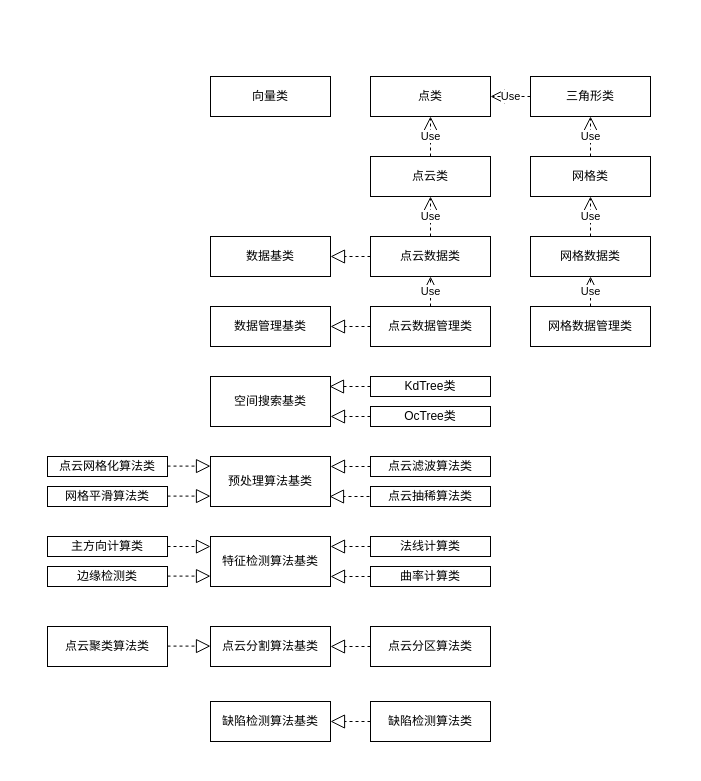
This is 测试2.drawio from xuxiaofeng6/UML, a draw.io file, before an edit. Source tidied: cells renumbered, new cells numbered last; positions are measured from the earlier drawing's top-left corner, leaving out a move shared by most shapes. Both pictures are drawn from the tidied source at 100%, with x=0, y=0 at pixel (47, 76).
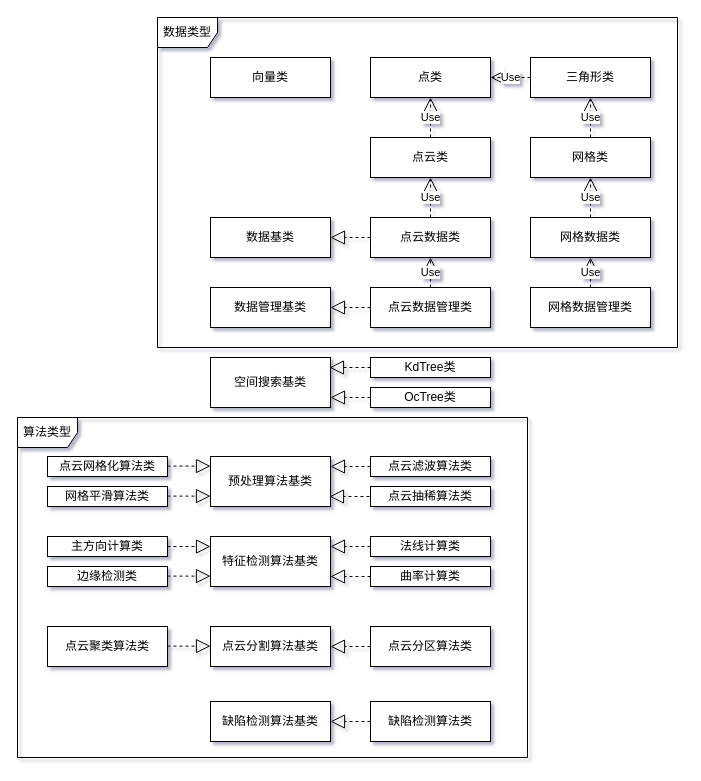
The same diagram, later.

The edit, as a diff of the source:
```diff
@@
-<mxGraphModel>
+<mxGraphModel shadow="1">
@@
     <mxCell id="2" value="点类" style="rounded=0;whiteSpace=wrap;html=1;" parent="1" vertex="1">
-      <mxGeometry x="323" width="120" height="40" as="geometry" />
+      <mxGeometry x="323" y="-19" width="120" height="40" as="geometry" />
     </mxCell>
     <mxCell id="3" value="点云类" style="rounded=0;whiteSpace=wrap;html=1;" parent="1" vertex="1">
-      <mxGeometry x="323" y="80" width="120" height="40" as="geometry" />
+      <mxGeometry x="323" y="61" width="120" height="40" as="geometry" />
     </mxCell>
     <mxCell id="4" value="点云数据管理类" style="rounded=0;whiteSpace=wrap;html=1;" parent="1" vertex="1">
-      <mxGeometry x="323" y="230" width="120" height="40" as="geometry" />
+      <mxGeometry x="323" y="211" width="120" height="40" as="geometry" />
     </mxCell>
     <mxCell id="5" value="网格类" style="rounded=0;whiteSpace=wrap;html=1;" parent="1" vertex="1">
-      <mxGeometry x="483" y="80" width="120" height="40" as="geometry" />
+      <mxGeometry x="483" y="61" width="120" height="40" as="geometry" />
     </mxCell>
     <mxCell id="6" value="三角形类" style="rounded=0;whiteSpace=wrap;html=1;" parent="1" vertex="1">
-      <mxGeometry x="483" width="120" height="40" as="geometry" />
+      <mxGeometry x="483" y="-19" width="120" height="40" as="geometry" />
     </mxCell>
     <mxCell id="7" value="网格数据管理类" style="rounded=0;whiteSpace=wrap;html=1;" parent="1" vertex="1">
-      <mxGeometry x="483" y="230" width="120" height="40" as="geometry" />
+      <mxGeometry x="483" y="211" width="120" height="40" as="geometry" />
     </mxCell>
     <mxCell id="8" value="数据管理基类" style="rounded=0;whiteSpace=wrap;html=1;" parent="1" vertex="1">
-      <mxGeometry x="163" y="230" width="120" height="40" as="geometry" />
+      <mxGeometry x="163" y="211" width="120" height="40" as="geometry" />
     </mxCell>
     <mxCell id="9" value="KdTree类" style="rounded=0;whiteSpace=wrap;html=1;" parent="1" vertex="1">
-      <mxGeometry x="323" y="300" width="120" height="20" as="geometry" />
+      <mxGeometry x="323" y="281" width="120" height="20" as="geometry" />
     </mxCell>
     <mxCell id="10" value="OcTree类" style="rounded=0;whiteSpace=wrap;html=1;" parent="1" vertex="1">
-      <mxGeometry x="323" y="330" width="120" height="20" as="geometry" />
+      <mxGeometry x="323" y="311" width="120" height="20" as="geometry" />
     </mxCell>
     <mxCell id="11" value="空间搜索基类" style="rounded=0;whiteSpace=wrap;html=1;" parent="1" vertex="1">
-      <mxGeometry x="163" y="300" width="120" height="50" as="geometry" />
+      <mxGeometry x="163" y="281" width="120" height="50" as="geometry" />
     </mxCell>
     <mxCell id="12" value="点云数据类" style="rounded=0;whiteSpace=wrap;html=1;" parent="1" vertex="1">
-      <mxGeometry x="323" y="160" width="120" height="40" as="geometry" />
+      <mxGeometry x="323" y="141" width="120" height="40" as="geometry" />
     </mxCell>
     <mxCell id="13" value="网格数据类" style="rounded=0;whiteSpace=wrap;html=1;" parent="1" vertex="1">
-      <mxGeometry x="483" y="160" width="120" height="40" as="geometry" />
+      <mxGeometry x="483" y="141" width="120" height="40" as="geometry" />
     </mxCell>
     <mxCell id="14" value="数据基类" style="rounded=0;whiteSpace=wrap;html=1;" parent="1" vertex="1">
-      <mxGeometry x="163" y="160" width="120" height="40" as="geometry" />
+      <mxGeometry x="163" y="141" width="120" height="40" as="geometry" />
     </mxCell>
@@
     <mxCell id="21" value="向量类" style="rounded=0;whiteSpace=wrap;html=1;" parent="1" vertex="1">
-      <mxGeometry x="163" width="120" height="40" as="geometry" />
+      <mxGeometry x="163" y="-19" width="120" height="40" as="geometry" />
     </mxCell>
@@
     <mxCell id="34" value="Use" style="endArrow=open;endSize=12;dashed=1;html=1;rounded=0;exitX=0.5;exitY=0;exitDx=0;exitDy=0;" parent="1" edge="1" source="12">
       <mxGeometry relative="1" as="geometry">
-        <mxPoint x="383" y="120" as="targetPoint" />
+        <mxPoint x="383" y="101" as="targetPoint" />
       </mxGeometry>
     </mxCell>
@@
     <mxCell id="37" value="Use" style="endArrow=open;endSize=12;dashed=1;html=1;rounded=0;exitX=0.5;exitY=0;exitDx=0;exitDy=0;" parent="1" edge="1" source="4">
       <mxGeometry relative="1" as="geometry">
-        <mxPoint x="383" y="200" as="targetPoint" />
+        <mxPoint x="383" y="181" as="targetPoint" />
       </mxGeometry>
     </mxCell>
@@
     <mxCell id="40" style="endArrow=block;dashed=1;endFill=0;endSize=12;html=1;rounded=0;exitX=0;exitY=0.5;exitDx=0;exitDy=0;" parent="1" edge="1" source="9">
       <mxGeometry relative="1" as="geometry">
-        <mxPoint x="282" y="310" as="targetPoint" />
+        <mxPoint x="282" y="291" as="targetPoint" />
       </mxGeometry>
     </mxCell>
@@
     <mxCell id="45" style="endArrow=block;dashed=1;endFill=0;endSize=12;html=1;rounded=0;exitX=0;exitY=0.5;exitDx=0;exitDy=0;" parent="1" edge="1" source="10">
       <mxGeometry relative="1" as="geometry">
-        <mxPoint x="283" y="340" as="targetPoint" />
+        <mxPoint x="283" y="321" as="targetPoint" />
       </mxGeometry>
     </mxCell>
@@
+    <mxCell id="53" value="数据类型" style="shape=umlFrame;whiteSpace=wrap;html=1;" parent="1" vertex="1">
+      <mxGeometry x="110" y="-59" width="520" height="330" as="geometry" />
+    </mxCell>
+    <mxCell id="54" value="算法类型" style="shape=umlFrame;whiteSpace=wrap;html=1;" parent="1" vertex="1">
+      <mxGeometry x="-30" y="341" width="510" height="340" as="geometry" />
+    </mxCell>
```
